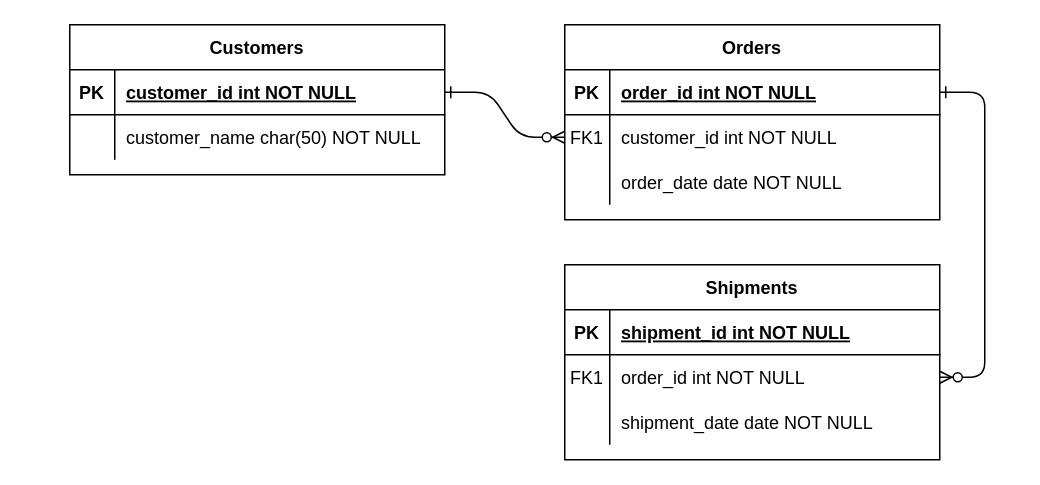
Above: Untitled Diagram.drawio in jeremiahjthomas/first_repl_repo (draw.io), before the change. Source tidied: cells renumbered, new cells numbered last; positions are measured from the earlier drawing's top-left corner, leaving out a move shared by most shapes. Both pictures are drawn from the tidied source at 150%, with x=0, y=0 at pixel (69, 24).
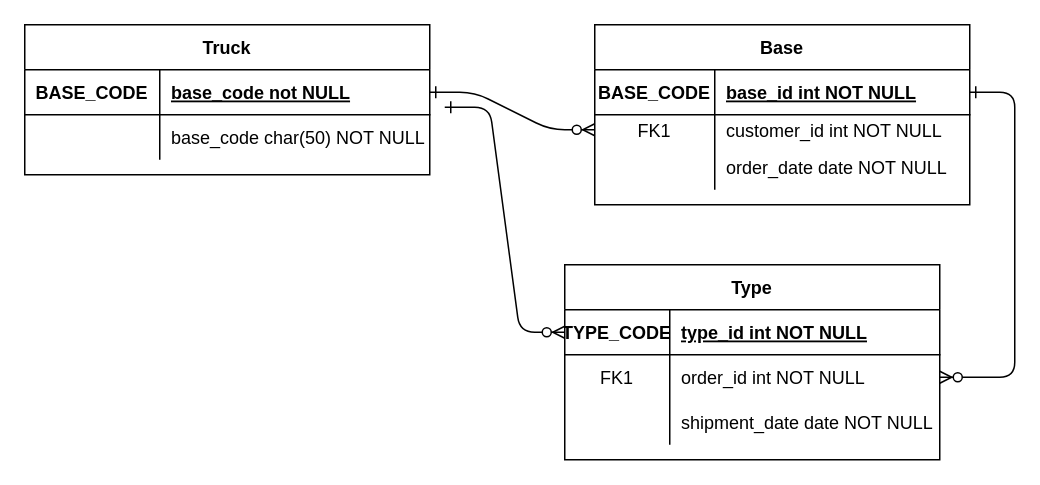
Above is the later version.

The change refers to these unchanged cells:
```xml
<mxCell id="5" style="shape=partialRectangle;fillColor=none;points=[[0,0.5],[1,0.5]];portConstraint=eastwest;top=0;left=0;right=0;bottom=1;" parent="4" vertex="1">
  <mxGeometry y="30" width="250" height="30" as="geometry" />
</mxCell>
<mxCell id="15" style="shape=partialRectangle;fillColor=none;points=[[0,0.5],[1,0.5]];portConstraint=eastwest;top=0;left=0;right=0;bottom=1;" parent="14" vertex="1">
  <mxGeometry y="30" width="250" height="30" as="geometry" />
</mxCell>
<mxCell id="18" style="shape=partialRectangle;fillColor=none;points=[[0,0.5],[1,0.5]];portConstraint=eastwest;top=0;left=0;right=0;bottom=0;" parent="14" vertex="1">
  <mxGeometry y="60" width="250" height="30" as="geometry" />
</mxCell>
<mxCell id="21" style="shape=partialRectangle;fillColor=none;top=0;left=0;right=0;bottom=0;" parent="14" vertex="1">
  <mxGeometry y="90" width="250" height="30" as="geometry" />
</mxCell>
```

The edit, as a diff of the source:
```diff
@@
-    <mxCell id="4" value="Orders" style="shape=table;startSize=30;childLayout=tableLayout;rowLines=0;fontStyle=1;align=center;" parent="1" vertex="1">
-      <mxGeometry x="330" width="250" height="130" as="geometry" />
+    <mxCell id="4" value="Base" style="shape=table;startSize=30;childLayout=tableLayout;rowLines=0;fontStyle=1;align=center;" parent="1" vertex="1">
+      <mxGeometry x="350" width="250" height="120" as="geometry" />
     </mxCell>
@@
-    <mxCell id="6" value="PK" style="shape=partialRectangle;overflow=hidden;fillColor=none;top=0;left=0;bottom=0;right=0;fontStyle=1;" parent="5" vertex="1">
-      <mxGeometry width="30" height="30" as="geometry" />
+    <mxCell id="6" value="BASE_CODE" style="shape=partialRectangle;overflow=hidden;fillColor=none;top=0;left=0;bottom=0;right=0;fontStyle=1;" parent="5" vertex="1">
+      <mxGeometry width="80" height="30" as="geometry" />
     </mxCell>
-    <mxCell id="7" value="order_id int NOT NULL " style="shape=partialRectangle;overflow=hidden;fillColor=none;top=0;left=0;bottom=0;right=0;align=left;spacingLeft=6;fontStyle=5;" parent="5" vertex="1">
-      <mxGeometry x="30" width="220" height="30" as="geometry" />
+    <mxCell id="7" value="base_id int NOT NULL " style="shape=partialRectangle;overflow=hidden;fillColor=none;top=0;left=0;bottom=0;right=0;align=left;spacingLeft=6;fontStyle=5;" parent="5" vertex="1">
+      <mxGeometry x="80" width="170" height="30" as="geometry" />
     </mxCell>
     <mxCell id="8" style="shape=partialRectangle;fillColor=none;points=[[0,0.5],[1,0.5]];portConstraint=eastwest;top=0;left=0;right=0;bottom=0;" parent="4" vertex="1">
-      <mxGeometry y="60" width="250" height="30" as="geometry" />
+      <mxGeometry y="60" width="250" height="20" as="geometry" />
     </mxCell>
     <mxCell id="9" value="FK1" style="shape=partialRectangle;overflow=hidden;fillColor=none;top=0;left=0;bottom=0;right=0;" parent="8" vertex="1">
-      <mxGeometry width="30" height="30" as="geometry" />
+      <mxGeometry width="80" height="20" as="geometry" />
     </mxCell>
     <mxCell id="10" value="customer_id int NOT NULL" style="shape=partialRectangle;overflow=hidden;fillColor=none;top=0;left=0;bottom=0;right=0;align=left;spacingLeft=6;" parent="8" vertex="1">
-      <mxGeometry x="30" width="220" height="30" as="geometry" />
+      <mxGeometry x="80" width="170" height="20" as="geometry" />
     </mxCell>
     <mxCell id="11" style="shape=partialRectangle;fillColor=none;top=0;left=0;right=0;bottom=0;" parent="4" vertex="1">
-      <mxGeometry y="90" width="250" height="30" as="geometry" />
+      <mxGeometry y="80" width="250" height="30" as="geometry" />
     </mxCell>
     <mxCell id="12" style="shape=partialRectangle;overflow=hidden;fillColor=none;top=0;left=0;bottom=0;right=0;" parent="11" vertex="1">
-      <mxGeometry width="30" height="30" as="geometry" />
+      <mxGeometry width="80" height="30" as="geometry" />
     </mxCell>
     <mxCell id="13" value="order_date date NOT NULL" style="shape=partialRectangle;overflow=hidden;fillColor=none;top=0;left=0;bottom=0;right=0;align=left;spacingLeft=6;" parent="11" vertex="1">
-      <mxGeometry x="30" width="220" height="30" as="geometry" />
+      <mxGeometry x="80" width="170" height="30" as="geometry" />
     </mxCell>
-    <mxCell id="14" value="Shipments" style="shape=table;startSize=30;childLayout=tableLayout;rowLines=0;fontStyle=1;align=center;" parent="1" vertex="1">
+    <mxCell id="14" value="Type" style="shape=table;startSize=30;childLayout=tableLayout;rowLines=0;fontStyle=1;align=center;" parent="1" vertex="1">
       <mxGeometry x="330" y="160" width="250" height="130" as="geometry" />
     </mxCell>
@@
-    <mxCell id="16" value="PK" style="shape=partialRectangle;overflow=hidden;fillColor=none;top=0;left=0;bottom=0;right=0;fontStyle=1;" parent="15" vertex="1">
-      <mxGeometry width="30" height="30" as="geometry" />
+    <mxCell id="16" value="TYPE_CODE" style="shape=partialRectangle;overflow=hidden;fillColor=none;top=0;left=0;bottom=0;right=0;fontStyle=1;" parent="15" vertex="1">
+      <mxGeometry width="70" height="30" as="geometry" />
     </mxCell>
-    <mxCell id="17" value="shipment_id int NOT NULL " style="shape=partialRectangle;overflow=hidden;fillColor=none;top=0;left=0;bottom=0;right=0;align=left;spacingLeft=6;fontStyle=5;" parent="15" vertex="1">
-      <mxGeometry x="30" width="220" height="30" as="geometry" />
+    <mxCell id="17" value="type_id int NOT NULL " style="shape=partialRectangle;overflow=hidden;fillColor=none;top=0;left=0;bottom=0;right=0;align=left;spacingLeft=6;fontStyle=5;" parent="15" vertex="1">
+      <mxGeometry x="70" width="180" height="30" as="geometry" />
     </mxCell>
@@
     <mxCell id="19" value="FK1" style="shape=partialRectangle;overflow=hidden;fillColor=none;top=0;left=0;bottom=0;right=0;" parent="18" vertex="1">
-      <mxGeometry width="30" height="30" as="geometry" />
+      <mxGeometry width="70" height="30" as="geometry" />
     </mxCell>
     <mxCell id="20" value="order_id int NOT NULL" style="shape=partialRectangle;overflow=hidden;fillColor=none;top=0;left=0;bottom=0;right=0;align=left;spacingLeft=6;" parent="18" vertex="1">
-      <mxGeometry x="30" width="220" height="30" as="geometry" />
+      <mxGeometry x="70" width="180" height="30" as="geometry" />
     </mxCell>
@@
     <mxCell id="22" style="shape=partialRectangle;overflow=hidden;fillColor=none;top=0;left=0;bottom=0;right=0;" parent="21" vertex="1">
-      <mxGeometry width="30" height="30" as="geometry" />
+      <mxGeometry width="70" height="30" as="geometry" />
     </mxCell>
     <mxCell id="23" value="shipment_date date NOT NULL" style="shape=partialRectangle;overflow=hidden;fillColor=none;top=0;left=0;bottom=0;right=0;align=left;spacingLeft=6;" parent="21" vertex="1">
-      <mxGeometry x="30" width="220" height="30" as="geometry" />
+      <mxGeometry x="70" width="180" height="30" as="geometry" />
     </mxCell>
-    <mxCell id="24" value="Customers" style="shape=table;startSize=30;childLayout=tableLayout;rowLines=0;fontStyle=1;align=center;" parent="1" vertex="1">
-      <mxGeometry width="250" height="100" as="geometry" />
+    <mxCell id="24" value="Truck" style="shape=table;startSize=30;childLayout=tableLayout;rowLines=0;fontStyle=1;align=center;" parent="1" vertex="1">
+      <mxGeometry x="-30" width="270" height="100" as="geometry" />
     </mxCell>
     <mxCell id="25" style="shape=partialRectangle;fillColor=none;points=[[0,0.5],[1,0.5]];portConstraint=eastwest;top=0;left=0;right=0;bottom=1;" parent="24" vertex="1">
-      <mxGeometry y="30" width="250" height="30" as="geometry" />
+      <mxGeometry y="30" width="270" height="30" as="geometry" />
     </mxCell>
-    <mxCell id="26" value="PK" style="shape=partialRectangle;overflow=hidden;fillColor=none;top=0;left=0;bottom=0;right=0;fontStyle=1;" parent="25" vertex="1">
-      <mxGeometry width="30" height="30" as="geometry" />
+    <mxCell id="26" value="BASE_CODE" style="shape=partialRectangle;overflow=hidden;fillColor=none;top=0;left=0;bottom=0;right=0;fontStyle=1;" parent="25" vertex="1">
+      <mxGeometry width="90" height="30" as="geometry" />
     </mxCell>
-    <mxCell id="27" value="customer_id int NOT NULL " style="shape=partialRectangle;overflow=hidden;fillColor=none;top=0;left=0;bottom=0;right=0;align=left;spacingLeft=6;fontStyle=5;" parent="25" vertex="1">
-      <mxGeometry x="30" width="220" height="30" as="geometry" />
+    <mxCell id="27" value="base_code not NULL" style="shape=partialRectangle;overflow=hidden;fillColor=none;top=0;left=0;bottom=0;right=0;align=left;spacingLeft=6;fontStyle=5;" parent="25" vertex="1">
+      <mxGeometry x="90" width="180" height="30" as="geometry" />
     </mxCell>
     <mxCell id="28" style="shape=partialRectangle;fillColor=none;top=0;left=0;right=0;bottom=0;" parent="24" vertex="1">
-      <mxGeometry y="60" width="250" height="30" as="geometry" />
+      <mxGeometry y="60" width="270" height="30" as="geometry" />
     </mxCell>
     <mxCell id="29" style="shape=partialRectangle;overflow=hidden;fillColor=none;top=0;left=0;bottom=0;right=0;" parent="28" vertex="1">
-      <mxGeometry width="30" height="30" as="geometry" />
+      <mxGeometry width="90" height="30" as="geometry" />
     </mxCell>
-    <mxCell id="30" value="customer_name char(50) NOT NULL" style="shape=partialRectangle;overflow=hidden;fillColor=none;top=0;left=0;bottom=0;right=0;align=left;spacingLeft=6;" parent="28" vertex="1">
-      <mxGeometry x="30" width="220" height="30" as="geometry" />
+    <mxCell id="30" value="base_code char(50) NOT NULL" style="shape=partialRectangle;overflow=hidden;fillColor=none;top=0;left=0;bottom=0;right=0;align=left;spacingLeft=6;" parent="28" vertex="1">
+      <mxGeometry x="90" width="180" height="30" as="geometry" />
     </mxCell>
+    <mxCell id="31" style="edgeStyle=entityRelationEdgeStyle;endArrow=ERzeroToMany;startArrow=ERone;endFill=1;startFill=0;entryX=0;entryY=0.5;entryDx=0;entryDy=0;" parent="1" edge="1" target="15">
+      <mxGeometry relative="1" as="geometry">
+        <mxPoint x="250" y="55" as="sourcePoint" />
+      </mxGeometry>
+    </mxCell>
```
